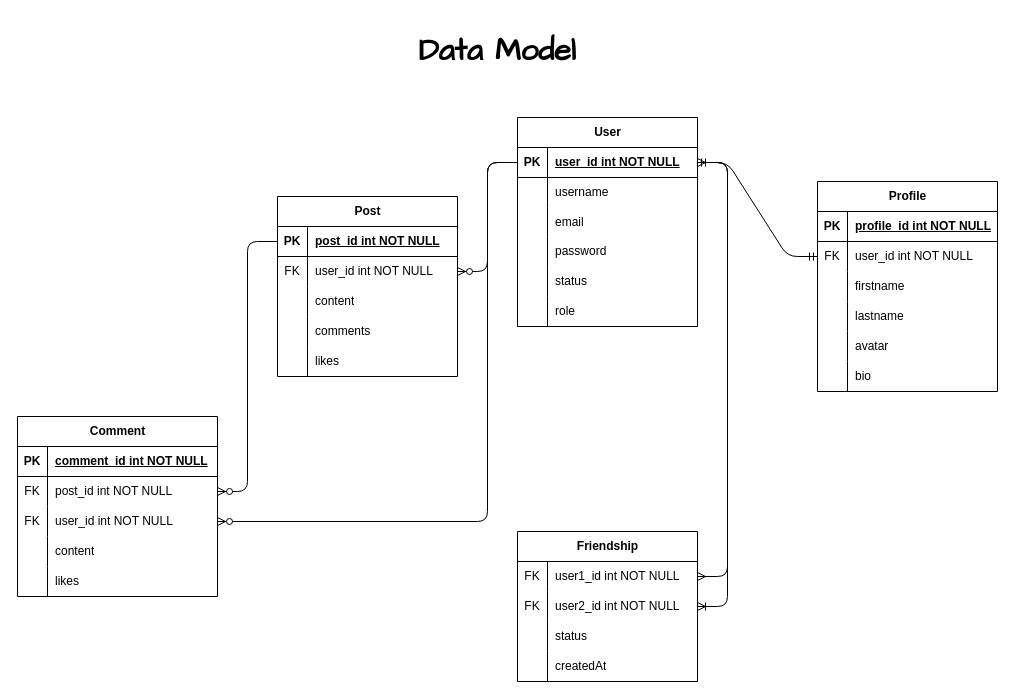
The draw.io diagram __docs__/projectModels.drawio in marefpceo/odin-book-server, before the edit. Source tidied: cells renumbered, new cells numbered last; positions are measured from the earlier drawing's top-left corner, leaving out a move shared by most shapes. Both pictures are drawn from the tidied source at 100%, with x=0, y=0 at pixel (17, 26).
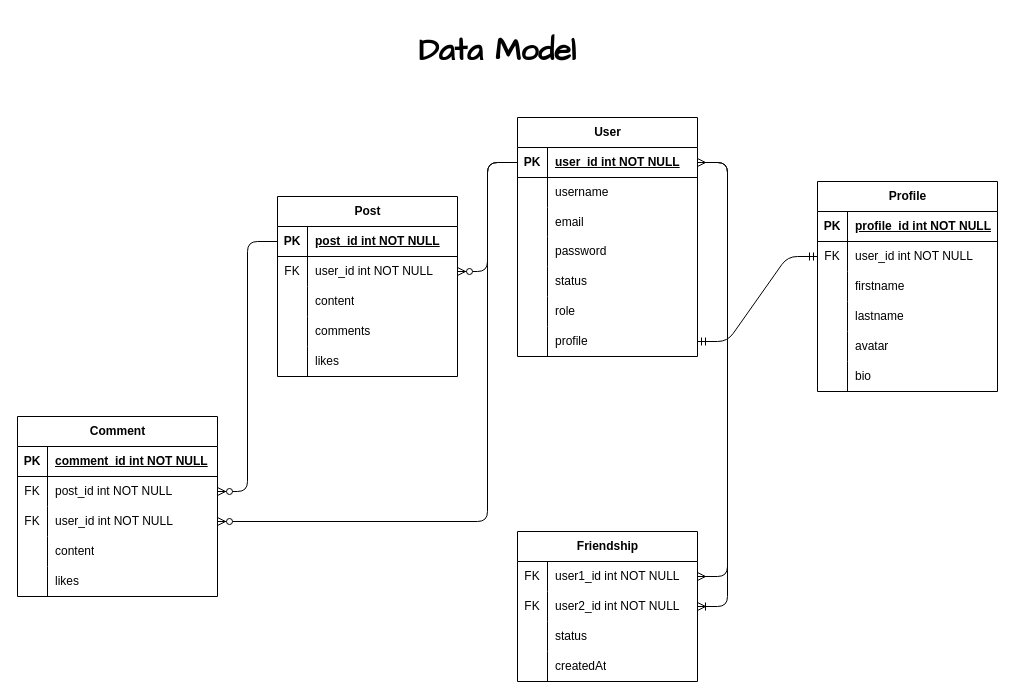
The same diagram, later.

Commit message (it also covers changes not shown here):
Updated data model for clarity

The change refers to these unchanged cells:
```xml
<mxCell id="3" style="shape=tableRow;horizontal=0;startSize=0;swimlaneHead=0;swimlaneBody=0;fillColor=none;points=[[0,0.5],[1,0.5]];portConstraint=eastwest;top=0;left=0;right=0;bottom=1;" parent="2" vertex="1">
  <mxGeometry y="30" width="180" height="30" as="geometry" />
</mxCell>
<mxCell id="25" style="shape=tableRow;horizontal=0;startSize=0;swimlaneHead=0;swimlaneBody=0;fillColor=none;points=[[0,0.5],[1,0.5]];portConstraint=eastwest;top=0;left=0;right=0;bottom=0;" parent="21" vertex="1">
  <mxGeometry y="60" width="180" height="30" as="geometry" />
</mxCell>
```

Diff of the diagram source:
```diff
@@
     <mxCell id="2" value="User" style="shape=table;startSize=30;childLayout=tableLayout;rowLines=0;fontStyle=1;align=center;html=1;" parent="1" vertex="1">
-      <mxGeometry x="500" y="91" width="180" height="209" as="geometry" />
+      <mxGeometry x="500" y="91" width="180" height="239" as="geometry" />
     </mxCell>
@@
+    <mxCell id="92" style="shape=tableRow;horizontal=0;startSize=0;swimlaneHead=0;swimlaneBody=0;fillColor=none;points=[[0,0.5],[1,0.5]];portConstraint=eastwest;top=0;left=0;right=0;bottom=0;" parent="2" vertex="1">
+      <mxGeometry y="209" width="180" height="30" as="geometry" />
+    </mxCell>
+    <mxCell id="93" style="shape=partialRectangle;fillColor=none;top=0;left=0;bottom=0;right=0;overflow=hidden;whiteSpace=wrap;html=1;" parent="92" vertex="1">
+      <mxGeometry width="30" height="30" as="geometry" />
+    </mxCell>
+    <mxCell id="94" value="profile" style="shape=partialRectangle;fillColor=none;top=0;left=0;bottom=0;right=0;align=left;spacingLeft=6;overflow=hidden;whiteSpace=wrap;html=1;" parent="92" vertex="1">
+      <mxGeometry x="30" width="150" height="30" as="geometry" />
+    </mxCell>
@@
-    <mxCell id="40" style="edgeStyle=entityRelationEdgeStyle;fontSize=12;html=1;endArrow=ERmandOne;startArrow=ERmandOne;" parent="1" edge="1" source="3" target="25">
+    <mxCell id="40" style="edgeStyle=entityRelationEdgeStyle;fontSize=12;html=1;endArrow=ERmandOne;startArrow=ERmandOne;" parent="1" edge="1" source="92" target="25">
       <mxGeometry relative="1" as="geometry" />
     </mxCell>
```
